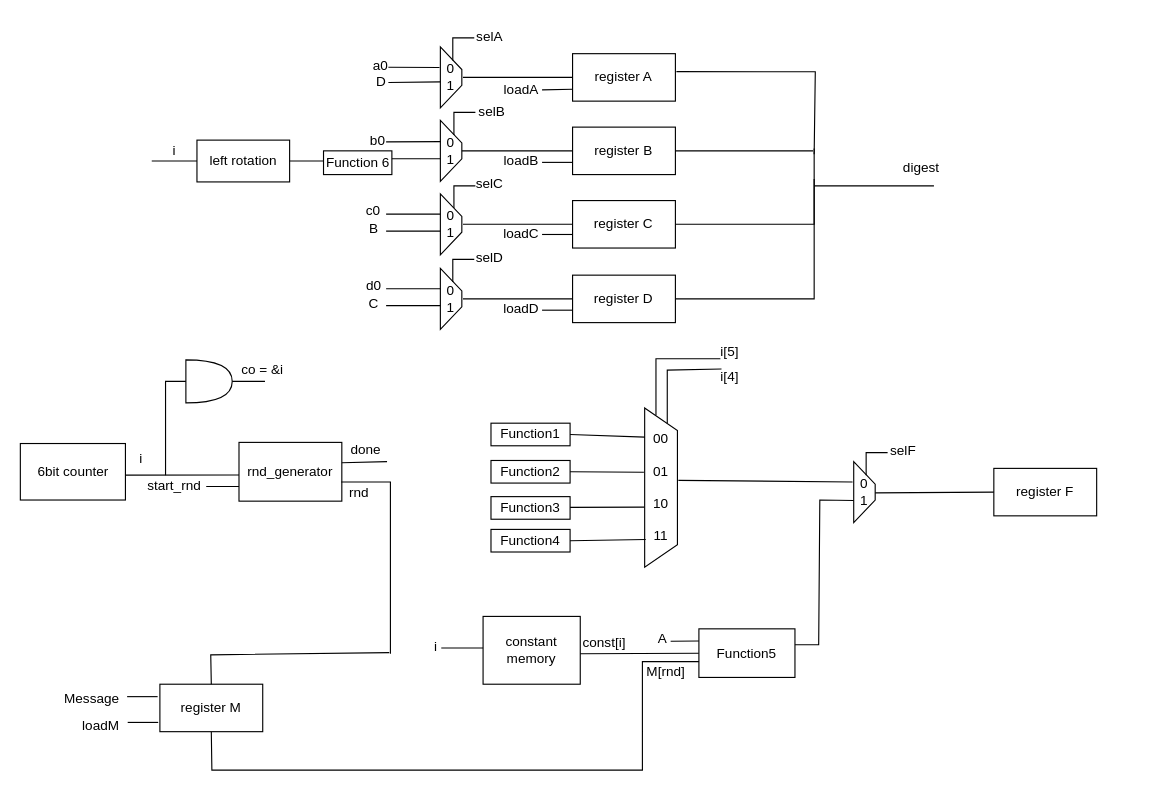
imSaDy/CAD keeps this draw.io diagram as CA1/Part2/Design/Datapath2 .drawio. Above is the earlier version. Source tidied: cells renumbered, new cells numbered last; positions are measured from the earlier drawing's top-left corner, leaving out a move shared by most shapes. Both pictures are drawn from the tidied source at 113%, with x=0, y=0 at pixel (19, 19).
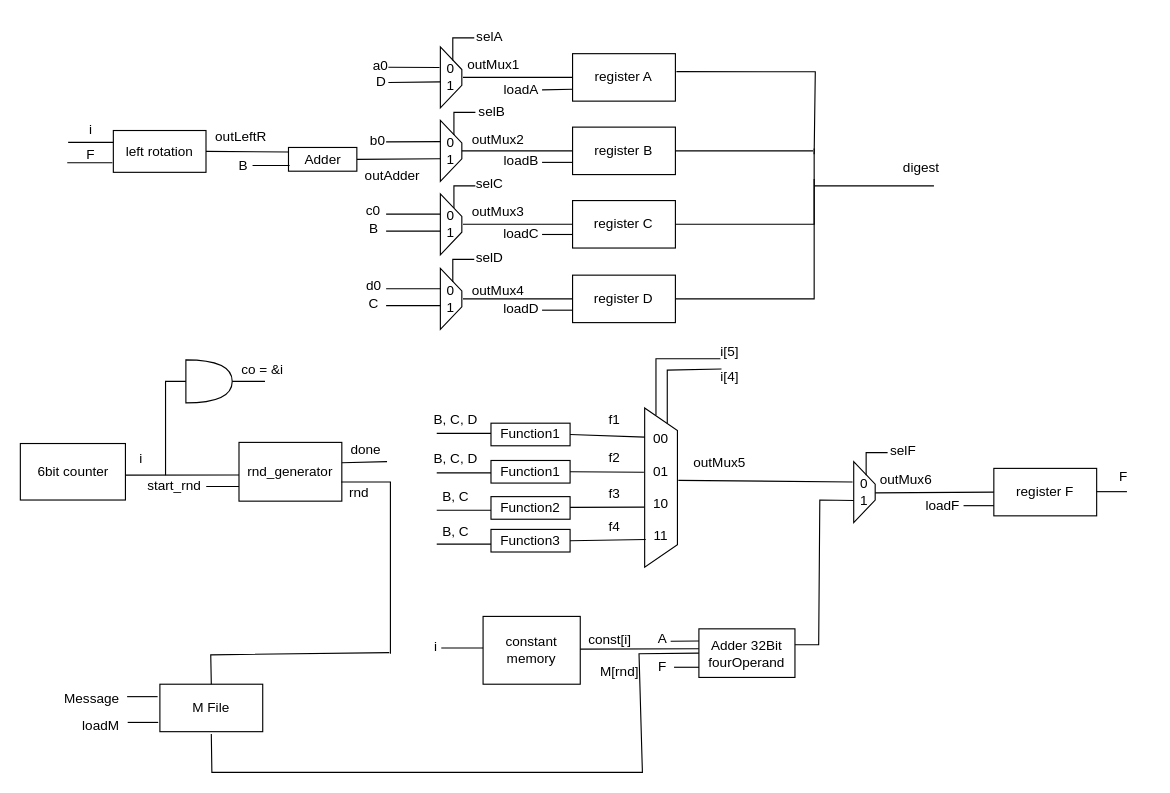
The same page after the edit.

Change to the diagram source:
```diff
@@
-    <mxCell id="19" style="endArrow=none;html=1;rounded=0;entryX=0.348;entryY=0.986;entryDx=0;entryDy=0;entryPerimeter=0;" parent="1" edge="1">
+    <mxCell id="19" style="endArrow=none;html=1;rounded=0;entryX=0.348;entryY=0.986;entryDx=0;entryDy=0;entryPerimeter=0;exitX=1;exitY=0.5;exitDx=0;exitDy=0;" parent="1" edge="1" source="25">
       <mxGeometry relative="1" as="geometry">
-        <mxPoint x="324.2" y="123" as="sourcePoint" />
         <mxPoint x="372.2" y="123" as="targetPoint" />
       </mxGeometry>
     </mxCell>
@@
-    <mxCell id="25" value="&lt;div&gt;&lt;span style=&quot;background-color: transparent; color: light-dark(rgb(0, 0, 0), rgb(255, 255, 255));&quot;&gt;Function 6&lt;/span&gt;&lt;/div&gt;" style="rounded=0;whiteSpace=wrap;html=1;" parent="1" vertex="1">
-      <mxGeometry x="268.8" y="116" width="60.5" height="21" as="geometry" />
+    <mxCell id="25" value="&lt;div&gt;&lt;span style=&quot;background-color: transparent; color: light-dark(rgb(0, 0, 0), rgb(255, 255, 255));&quot;&gt;Adder&lt;/span&gt;&lt;/div&gt;" style="rounded=0;whiteSpace=wrap;html=1;" parent="1" vertex="1">
+      <mxGeometry x="237.8" y="113" width="60.5" height="21" as="geometry" />
     </mxCell>
@@
     <mxCell id="46" value="left rotation" style="rounded=0;whiteSpace=wrap;html=1;" parent="1" vertex="1">
-      <mxGeometry x="156.8" y="106.5" width="82" height="37" as="geometry" />
+      <mxGeometry x="82.8" y="98" width="82" height="37" as="geometry" />
     </mxCell>
     <mxCell id="47" style="endArrow=none;html=1;rounded=0;exitX=1;exitY=0.5;exitDx=0;exitDy=0;" parent="1" edge="1" source="46">
       <mxGeometry relative="1" as="geometry">
-        <mxPoint x="268.8" y="125" as="targetPoint" />
+        <mxPoint x="237.8" y="117" as="targetPoint" />
       </mxGeometry>
     </mxCell>
-    <mxCell id="48" style="endArrow=none;html=1;rounded=0;exitX=1;exitY=0.5;exitDx=0;exitDy=0;entryX=0;entryY=0.5;entryDx=0;entryDy=0;" parent="1" edge="1" target="46">
+    <mxCell id="48" style="endArrow=none;html=1;rounded=0;exitX=1;exitY=0.5;exitDx=0;exitDy=0;entryX=0;entryY=0.5;entryDx=0;entryDy=0;" parent="1" edge="1">
       <mxGeometry relative="1" as="geometry">
-        <mxPoint x="116.8" y="125" as="sourcePoint" />
+        <mxPoint x="42.8" y="108.5" as="sourcePoint" />
+        <mxPoint x="82.8" y="108.5" as="targetPoint" />
       </mxGeometry>
     </mxCell>
     <mxCell id="49" value="i" style="text;html=1;align=center;verticalAlign=middle;whiteSpace=wrap;rounded=0;" parent="1" vertex="1">
-      <mxGeometry x="116.8" y="106.5" width="40" height="18" as="geometry" />
+      <mxGeometry x="42.8" y="89" width="40" height="18" as="geometry" />
     </mxCell>
@@
-    <mxCell id="63" value="Function2" style="rounded=0;whiteSpace=wrap;html=1;" parent="1" vertex="1">
+    <mxCell id="63" value="Function1" style="rounded=0;whiteSpace=wrap;html=1;" parent="1" vertex="1">
       <mxGeometry x="417" y="390" width="70" height="20" as="geometry" />
     </mxCell>
@@
-    <mxCell id="65" value="Function3" style="rounded=0;whiteSpace=wrap;html=1;" parent="1" vertex="1">
+    <mxCell id="65" value="Function2" style="rounded=0;whiteSpace=wrap;html=1;" parent="1" vertex="1">
       <mxGeometry x="417" y="422" width="70" height="20" as="geometry" />
     </mxCell>
@@
-    <mxCell id="67" value="Function4" style="rounded=0;whiteSpace=wrap;html=1;" parent="1" vertex="1">
+    <mxCell id="67" value="Function3" style="rounded=0;whiteSpace=wrap;html=1;" parent="1" vertex="1">
       <mxGeometry x="417" y="451" width="70" height="20" as="geometry" />
     </mxCell>
@@
-    <mxCell id="72" style="endArrow=none;html=1;rounded=0;" parent="1" edge="1" target="73">
+    <mxCell id="72" style="endArrow=none;html=1;rounded=0;" parent="1" edge="1">
       <mxGeometry relative="1" as="geometry">
-        <mxPoint x="496" y="561" as="sourcePoint" />
+        <mxPoint x="496" y="557" as="sourcePoint" />
+        <mxPoint x="601" y="556.6" as="targetPoint" />
       </mxGeometry>
     </mxCell>
-    <mxCell id="73" value="Function5" style="rounded=0;whiteSpace=wrap;html=1;" parent="1" vertex="1">
+    <mxCell id="73" value="Adder 32Bit&lt;div&gt;fourOperand&lt;/div&gt;" style="rounded=0;whiteSpace=wrap;html=1;" parent="1" vertex="1">
       <mxGeometry x="601" y="539" width="85" height="43" as="geometry" />
     </mxCell>
     <mxCell id="74" value="const[i]" style="text;html=1;align=center;verticalAlign=middle;whiteSpace=wrap;rounded=0;" parent="1" vertex="1">
-      <mxGeometry x="496" y="545" width="43" height="13" as="geometry" />
+      <mxGeometry x="501" y="542" width="43" height="13" as="geometry" />
     </mxCell>
@@
-    <mxCell id="77" style="endArrow=none;html=1;rounded=0;exitX=0.5;exitY=1;exitDx=0;exitDy=0;" parent="1" edge="1" source="99">
+    <mxCell id="77" style="endArrow=none;html=1;rounded=0;exitX=0.5;exitY=1;exitDx=0;exitDy=0;entryX=0;entryY=0.5;entryDx=0;entryDy=0;" parent="1" edge="1" target="73">
       <mxGeometry relative="1" as="geometry">
-        <mxPoint x="601" y="568" as="targetPoint" />
+        <mxPoint x="169.5" y="632" as="sourcePoint" />
         <Array as="points">
-          <mxPoint x="170" y="664" />
-          <mxPoint x="551" y="664" />
-          <mxPoint x="551" y="568" />
+          <mxPoint x="170" y="666" />
+          <mxPoint x="551" y="666" />
+          <mxPoint x="548" y="561" />
         </Array>
       </mxGeometry>
     </mxCell>
@@
-    <mxCell id="99" value="register M" style="rounded=0;whiteSpace=wrap;html=1;" parent="1" vertex="1">
+    <mxCell id="99" value="M File" style="rounded=0;whiteSpace=wrap;html=1;" parent="1" vertex="1">
       <mxGeometry x="124" y="588" width="91" height="42" as="geometry" />
     </mxCell>
@@
     <mxCell id="105" value="M[rnd]" style="text;html=1;align=center;verticalAlign=middle;whiteSpace=wrap;rounded=0;" parent="1" vertex="1">
-      <mxGeometry x="559" y="568" width="26" height="18" as="geometry" />
+      <mxGeometry x="518" y="568" width="26" height="18" as="geometry" />
     </mxCell>
+    <mxCell id="106" style="endArrow=none;html=1;rounded=0;entryX=0.348;entryY=0.986;entryDx=0;entryDy=0;entryPerimeter=0;" parent="1" edge="1">
+      <mxGeometry relative="1" as="geometry">
+        <mxPoint x="369" y="366" as="sourcePoint" />
+        <mxPoint x="417" y="366" as="targetPoint" />
+      </mxGeometry>
+    </mxCell>
+    <mxCell id="107" value="B, C, D" style="text;html=1;align=center;verticalAlign=middle;whiteSpace=wrap;rounded=0;" parent="1" vertex="1">
+      <mxGeometry x="344" y="339" width="84.2" height="30" as="geometry" />
+    </mxCell>
+    <mxCell id="108" style="endArrow=none;html=1;rounded=0;entryX=0.348;entryY=0.986;entryDx=0;entryDy=0;entryPerimeter=0;" parent="1" edge="1">
+      <mxGeometry relative="1" as="geometry">
+        <mxPoint x="369" y="401" as="sourcePoint" />
+        <mxPoint x="417" y="401" as="targetPoint" />
+      </mxGeometry>
+    </mxCell>
+    <mxCell id="109" value="B, C, D" style="text;html=1;align=center;verticalAlign=middle;whiteSpace=wrap;rounded=0;" parent="1" vertex="1">
+      <mxGeometry x="344" y="374" width="84.2" height="30" as="geometry" />
+    </mxCell>
+    <mxCell id="110" style="endArrow=none;html=1;rounded=0;entryX=0.348;entryY=0.986;entryDx=0;entryDy=0;entryPerimeter=0;" parent="1" edge="1">
+      <mxGeometry relative="1" as="geometry">
+        <mxPoint x="369" y="434" as="sourcePoint" />
+        <mxPoint x="417" y="434" as="targetPoint" />
+      </mxGeometry>
+    </mxCell>
+    <mxCell id="111" value="B, C" style="text;html=1;align=center;verticalAlign=middle;whiteSpace=wrap;rounded=0;" parent="1" vertex="1">
+      <mxGeometry x="344" y="407" width="84.2" height="30" as="geometry" />
+    </mxCell>
+    <mxCell id="112" style="endArrow=none;html=1;rounded=0;entryX=0.348;entryY=0.986;entryDx=0;entryDy=0;entryPerimeter=0;" parent="1" edge="1">
+      <mxGeometry relative="1" as="geometry">
+        <mxPoint x="369" y="464" as="sourcePoint" />
+        <mxPoint x="417" y="464" as="targetPoint" />
+      </mxGeometry>
+    </mxCell>
+    <mxCell id="113" value="B, C" style="text;html=1;align=center;verticalAlign=middle;whiteSpace=wrap;rounded=0;" parent="1" vertex="1">
+      <mxGeometry x="344" y="438" width="84.2" height="30" as="geometry" />
+    </mxCell>
+    <mxCell id="114" value="f1" style="text;html=1;align=center;verticalAlign=middle;whiteSpace=wrap;rounded=0;" parent="1" vertex="1">
+      <mxGeometry x="518" y="343.5" width="17" height="20" as="geometry" />
+    </mxCell>
+    <mxCell id="115" value="f2" style="text;html=1;align=center;verticalAlign=middle;whiteSpace=wrap;rounded=0;" parent="1" vertex="1">
+      <mxGeometry x="518" y="378" width="17" height="20" as="geometry" />
+    </mxCell>
+    <mxCell id="116" value="f3" style="text;html=1;align=center;verticalAlign=middle;whiteSpace=wrap;rounded=0;" parent="1" vertex="1">
+      <mxGeometry x="518" y="410" width="17" height="20" as="geometry" />
+    </mxCell>
+    <mxCell id="117" value="f4" style="text;html=1;align=center;verticalAlign=middle;whiteSpace=wrap;rounded=0;" parent="1" vertex="1">
+      <mxGeometry x="518" y="439" width="17" height="20" as="geometry" />
+    </mxCell>
+    <mxCell id="118" value="outMux5" style="text;html=1;align=center;verticalAlign=middle;whiteSpace=wrap;rounded=0;" parent="1" vertex="1">
+      <mxGeometry x="610.5" y="382" width="17" height="20" as="geometry" />
+    </mxCell>
+    <mxCell id="119" value="B" style="text;html=1;align=center;verticalAlign=middle;whiteSpace=wrap;rounded=0;" parent="1" vertex="1">
+      <mxGeometry x="177.8" y="120" width="40" height="18" as="geometry" />
+    </mxCell>
+    <mxCell id="120" style="endArrow=none;html=1;rounded=0;exitX=1;exitY=0.5;exitDx=0;exitDy=0;entryX=0;entryY=0.5;entryDx=0;entryDy=0;" parent="1" edge="1">
+      <mxGeometry relative="1" as="geometry">
+        <mxPoint x="42" y="126.5" as="sourcePoint" />
+        <mxPoint x="82" y="126.5" as="targetPoint" />
+      </mxGeometry>
+    </mxCell>
+    <mxCell id="121" value="F" style="text;html=1;align=center;verticalAlign=middle;whiteSpace=wrap;rounded=0;" parent="1" vertex="1">
+      <mxGeometry x="43" y="110.5" width="40" height="18" as="geometry" />
+    </mxCell>
+    <mxCell id="122" value="outLeftR" style="text;html=1;align=center;verticalAlign=middle;whiteSpace=wrap;rounded=0;" parent="1" vertex="1">
+      <mxGeometry x="168" y="96" width="56" height="16" as="geometry" />
+    </mxCell>
+    <mxCell id="123" style="endArrow=none;html=1;rounded=0;" parent="1" edge="1">
+      <mxGeometry relative="1" as="geometry">
+        <mxPoint x="206" y="129" as="sourcePoint" />
+        <mxPoint x="238.8" y="129" as="targetPoint" />
+      </mxGeometry>
+    </mxCell>
+    <mxCell id="124" value="outAdder" style="text;html=1;align=center;verticalAlign=middle;whiteSpace=wrap;rounded=0;" parent="1" vertex="1">
+      <mxGeometry x="301.5" y="130" width="56" height="16" as="geometry" />
+    </mxCell>
+    <mxCell id="125" style="endArrow=none;html=1;rounded=0;" parent="1" edge="1">
+      <mxGeometry relative="1" as="geometry">
+        <mxPoint x="579" y="573" as="sourcePoint" />
+        <mxPoint x="601" y="573" as="targetPoint" />
+      </mxGeometry>
+    </mxCell>
+    <mxCell id="126" value="F" style="text;html=1;align=center;verticalAlign=middle;whiteSpace=wrap;rounded=0;" parent="1" vertex="1">
+      <mxGeometry x="556" y="564" width="26" height="18" as="geometry" />
+    </mxCell>
+    <mxCell id="127" style="endArrow=none;html=1;rounded=0;entryX=0;entryY=0.75;entryDx=0;entryDy=0;" parent="1" edge="1">
+      <mxGeometry relative="1" as="geometry">
+        <mxPoint x="835.2" y="430" as="sourcePoint" />
+        <mxPoint x="862" y="430" as="targetPoint" />
+      </mxGeometry>
+    </mxCell>
+    <mxCell id="128" value="loadF" style="text;html=1;align=center;verticalAlign=middle;whiteSpace=wrap;rounded=0;" parent="1" vertex="1">
+      <mxGeometry x="793.2" y="418" width="48" height="24" as="geometry" />
+    </mxCell>
+    <mxCell id="129" value="outMux6" style="text;html=1;align=center;verticalAlign=middle;whiteSpace=wrap;rounded=0;" parent="1" vertex="1">
+      <mxGeometry x="776.2" y="397" width="17" height="20" as="geometry" />
+    </mxCell>
+    <mxCell id="130" value="outMux1" style="text;html=1;align=center;verticalAlign=middle;whiteSpace=wrap;rounded=0;" parent="1" vertex="1">
+      <mxGeometry x="411.2" y="30" width="17" height="20" as="geometry" />
+    </mxCell>
+    <mxCell id="131" value="outMux2" style="text;html=1;align=center;verticalAlign=middle;whiteSpace=wrap;rounded=0;" parent="1" vertex="1">
+      <mxGeometry x="415" y="96" width="17" height="20" as="geometry" />
+    </mxCell>
+    <mxCell id="132" value="outMux3" style="text;html=1;align=center;verticalAlign=middle;whiteSpace=wrap;rounded=0;" parent="1" vertex="1">
+      <mxGeometry x="415" y="160" width="17" height="20" as="geometry" />
+    </mxCell>
+    <mxCell id="133" value="outMux4" style="text;html=1;align=center;verticalAlign=middle;whiteSpace=wrap;rounded=0;" parent="1" vertex="1">
+      <mxGeometry x="415" y="230" width="17" height="20" as="geometry" />
+    </mxCell>
+    <mxCell id="134" style="endArrow=none;html=1;rounded=0;entryX=0;entryY=0.75;entryDx=0;entryDy=0;" parent="1" edge="1">
+      <mxGeometry relative="1" as="geometry">
+        <mxPoint x="953" y="417.6" as="sourcePoint" />
+        <mxPoint x="979.8" y="417.6" as="targetPoint" />
+      </mxGeometry>
+    </mxCell>
+    <mxCell id="135" value="F" style="text;html=1;align=center;verticalAlign=middle;whiteSpace=wrap;rounded=0;" parent="1" vertex="1">
+      <mxGeometry x="953" y="393" width="48" height="24" as="geometry" />
+    </mxCell>
```
